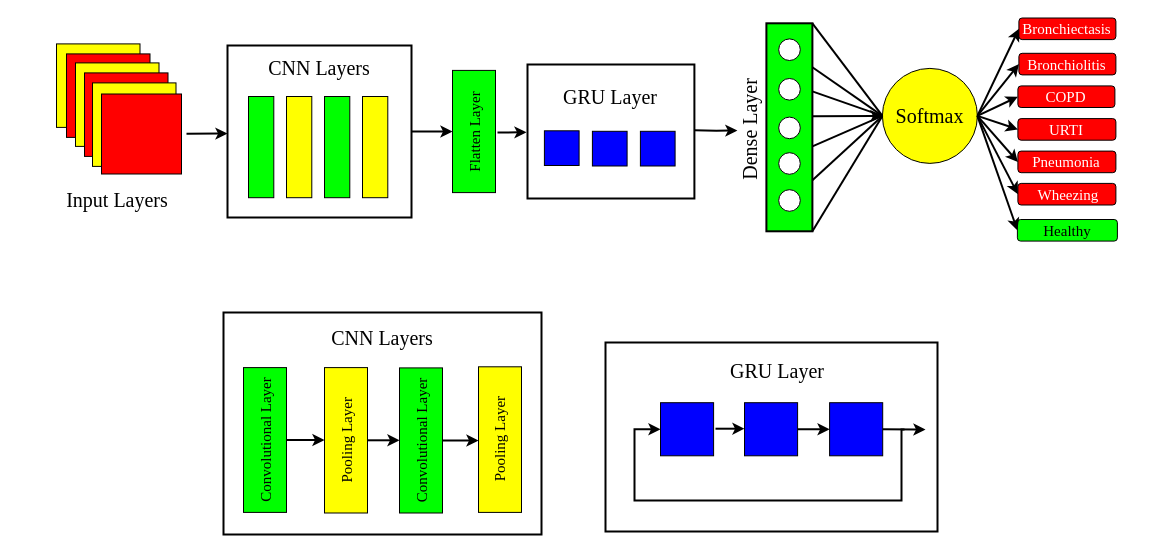
Above: FYP - GRU.drawio in a3X3k/-Random- (draw.io), before the change. Source tidied: cells renumbered, new cells numbered last; positions are measured from the earlier drawing's top-left corner, leaving out a move shared by most shapes. Both pictures are drawn from the tidied source at 100%, with x=0, y=0 at pixel (56, 17).
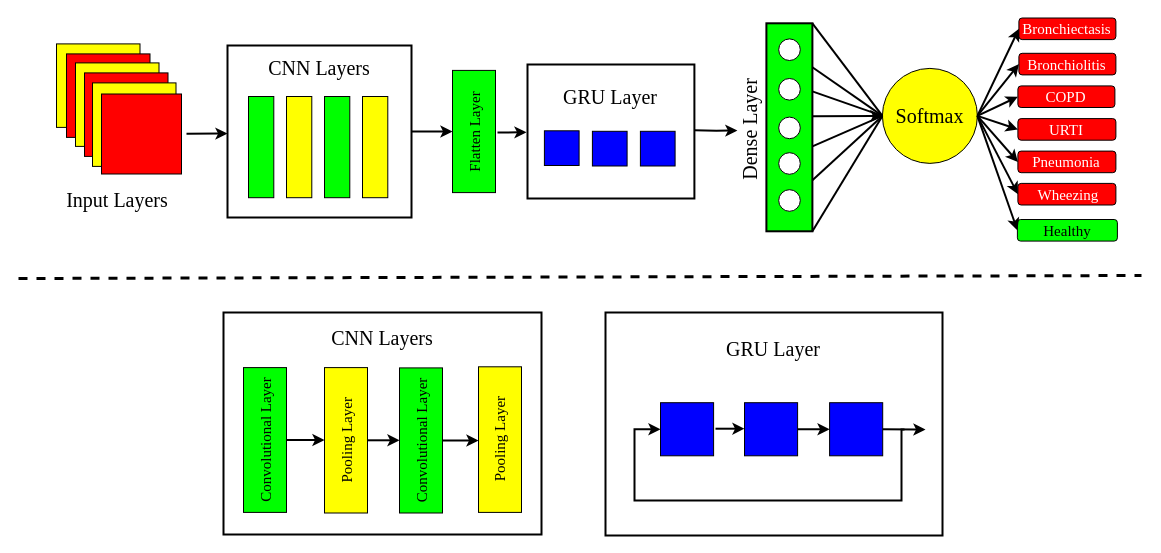
Above is the later version.

Diff of the diagram source:
```diff
@@
     <mxCell id="57" style="rounded=0;whiteSpace=wrap;html=1;strokeWidth=2;labelPosition=center;verticalLabelPosition=middle;align=center;verticalAlign=middle;" parent="1" vertex="1">
-      <mxGeometry x="549" y="325" width="332" height="189" as="geometry" />
+      <mxGeometry x="549" y="295" width="337" height="223" as="geometry" />
     </mxCell>
     <mxCell id="58" value="GRU Layer" style="text;html=1;strokeColor=none;fillColor=none;align=center;verticalAlign=middle;whiteSpace=wrap;rounded=0;shadow=0;glass=0;sketch=0;fillStyle=auto;strokeWidth=1;fontFamily=Times New Roman;fontSize=20;" parent="1" vertex="1">
-      <mxGeometry x="669" y="338" width="104.1" height="30" as="geometry" />
+      <mxGeometry x="665.4" y="316" width="104.1" height="30" as="geometry" />
     </mxCell>
@@
+    <mxCell id="72" style="endArrow=none;dashed=1;html=1;rounded=0;strokeWidth=3;" parent="1" edge="1">
+      <mxGeometry relative="1" as="geometry">
+        <mxPoint x="-38" y="261" as="sourcePoint" />
+        <mxPoint x="1085" y="258" as="targetPoint" />
+      </mxGeometry>
+    </mxCell>
```
